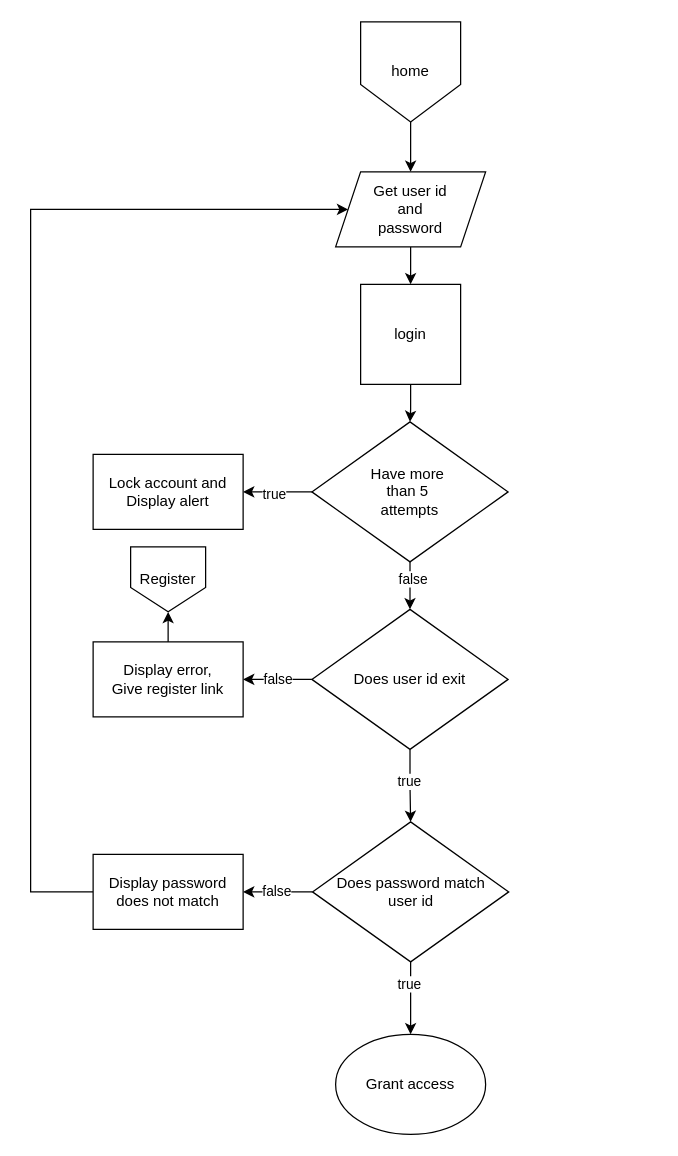
University-Bangkok-JW/cs497-project keeps this draw.io diagram as page "login" (3 of 4) of diagrams/program.drawio. Above is the earlier version. Source tidied: cells renumbered, new cells numbered last; positions are measured from the earlier drawing's top-left corner, leaving out a move shared by most shapes. Both pictures are drawn from the tidied source at 125%, with x=0, y=0 at pixel (30, 21).
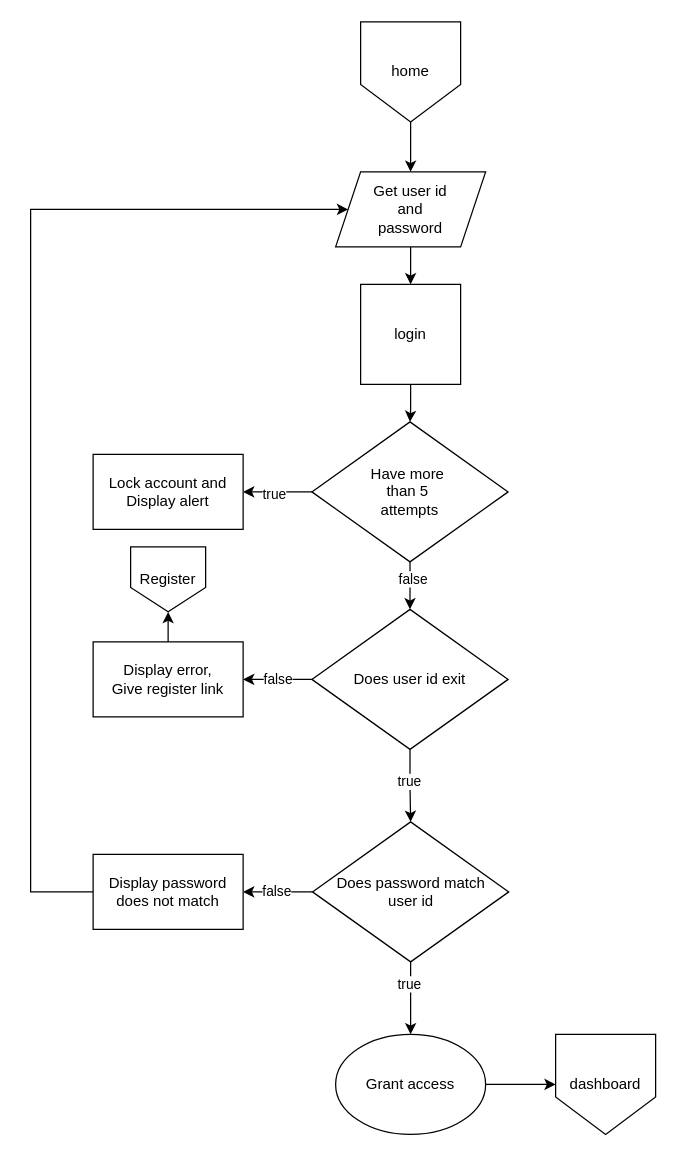
Above is the later version.

Commit message:
[login] Create logic move to dashboard page

The change refers to these unchanged cells:
```xml
<mxCell id="24" value="Grant access" style="ellipse;whiteSpace=wrap;html=1;" parent="1" vertex="1">
  <mxGeometry x="244" y="810" width="120" height="80" as="geometry" />
</mxCell>
```

Diff of the diagram source:
```diff
@@
+    <mxCell id="30" style="edgeStyle=orthogonalEdgeStyle;rounded=0;jettySize=auto;html=1;" parent="1" edge="1" source="24" target="31">
+      <mxGeometry relative="1" as="geometry" />
+    </mxCell>
@@
+    <mxCell id="31" value="dashboard" style="shape=offPageConnector;whiteSpace=wrap;html=1;" parent="1" vertex="1">
+      <mxGeometry x="420" y="810" width="80" height="80" as="geometry" />
+    </mxCell>
```
